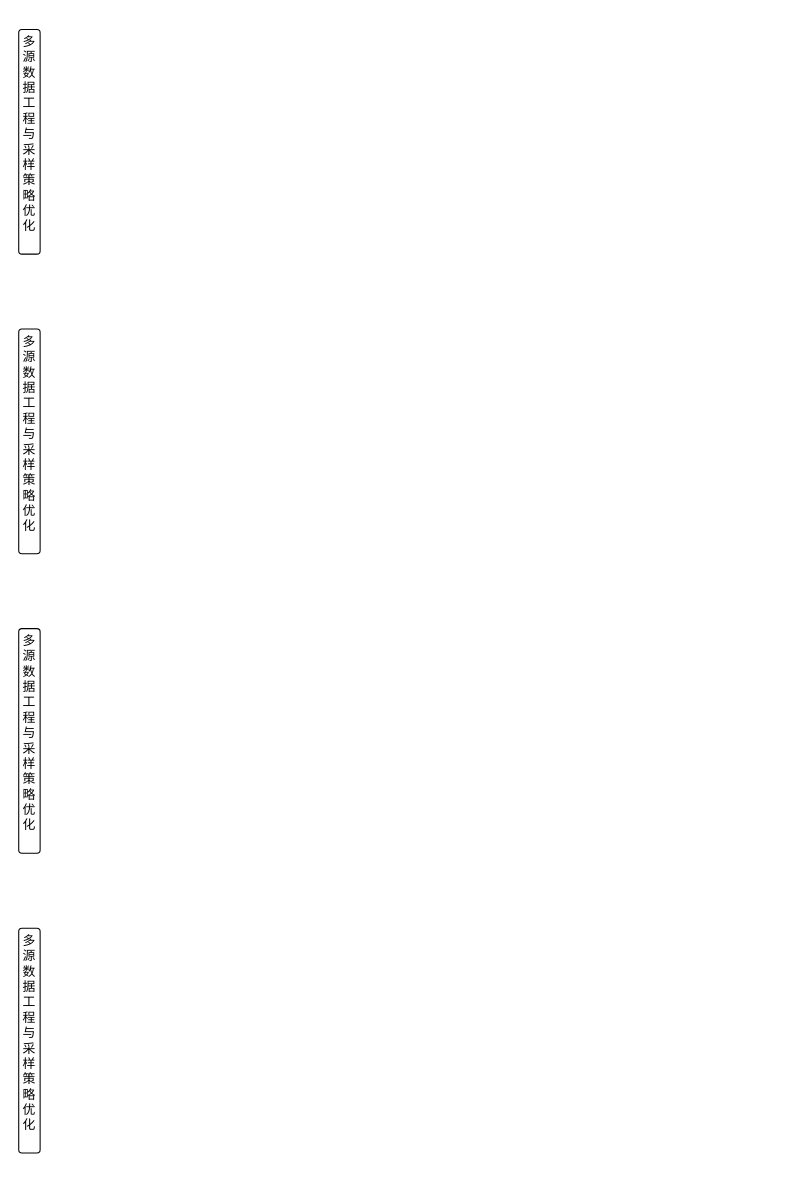
This is 技术路线.drawio from jayzky/GEE-code, a draw.io file, before an edit. Source tidied: cells renumbered, new cells numbered last; positions are measured from the earlier drawing's top-left corner, leaving out a move shared by most shapes. Both pictures are drawn from the tidied source at 107%, with x=0, y=0 at pixel (-83, 131).
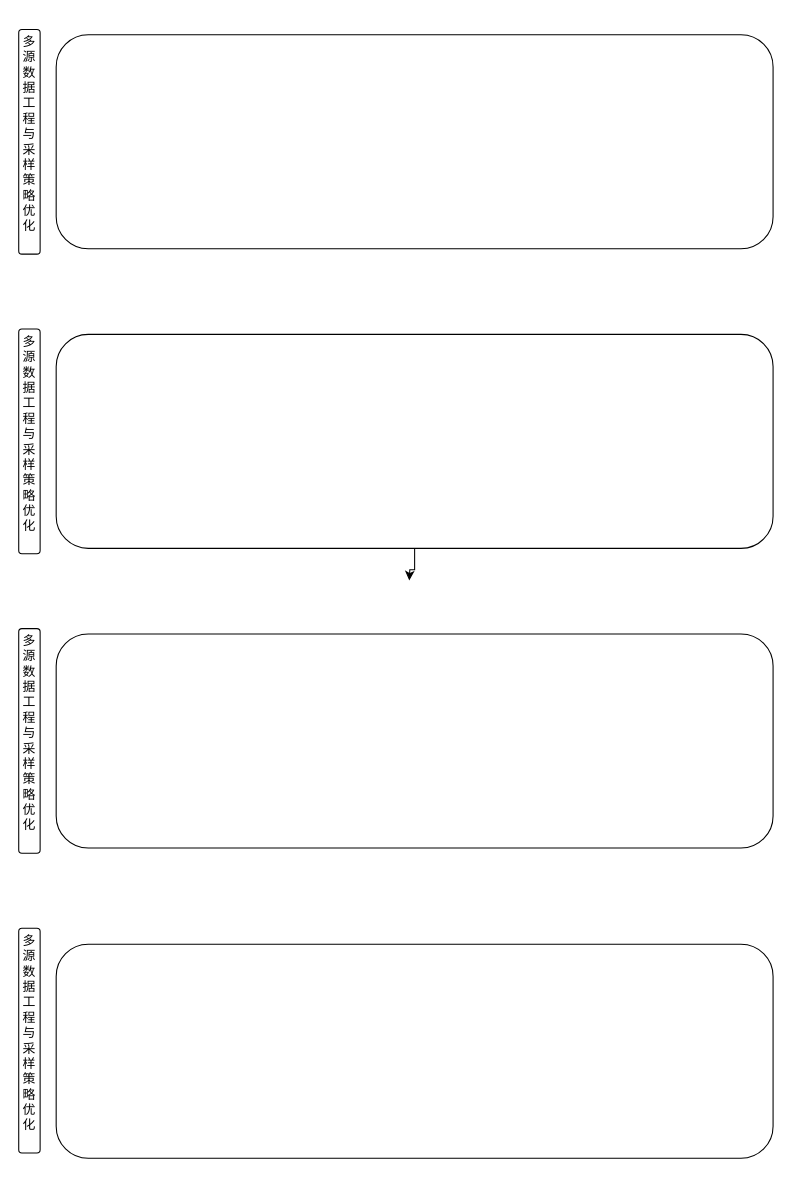
Above is the later version.

Commit message (it also covers changes not shown here):
更新技术路线.drawio

What changed in the source:
```diff
@@
 <mxGraphModel>
   <root>
     <mxCell id="0" />
     <mxCell id="1" parent="0" />
     <mxCell id="2" value="&#10;多源数据工程与采样策略优化&#10;&#10;" style="rounded=1;whiteSpace=wrap;html=1;rotation=90;horizontal=0;flipH=1;flipV=0;" parent="1" vertex="1">
       <mxGeometry width="210" height="20" as="geometry" />
     </mxCell>
     <mxCell id="3" value="&#10;多源数据工程与采样策略优化&#10;&#10;" style="rounded=1;whiteSpace=wrap;html=1;rotation=90;horizontal=0;flipH=1;flipV=0;" parent="1" vertex="1">
       <mxGeometry y="280" width="210" height="20" as="geometry" />
     </mxCell>
     <mxCell id="4" value="&#10;多源数据工程与采样策略优化&#10;&#10;" style="rounded=1;whiteSpace=wrap;html=1;rotation=90;horizontal=0;flipH=1;flipV=0;" parent="1" vertex="1">
       <mxGeometry y="840" width="210" height="20" as="geometry" />
     </mxCell>
     <mxCell id="5" value="&#10;多源数据工程与采样策略优化&#10;&#10;" style="rounded=1;whiteSpace=wrap;html=1;rotation=90;horizontal=0;flipH=1;flipV=0;" parent="1" vertex="1">
       <mxGeometry y="560" width="210" height="20" as="geometry" />
     </mxCell>
+    <mxCell id="6" style="rounded=1;whiteSpace=wrap;html=1;" parent="1" vertex="1">
+      <mxGeometry x="130" y="-90" width="670" height="200" as="geometry" />
+    </mxCell>
+    <mxCell id="7" style="edgeStyle=orthogonalEdgeStyle;rounded=0;jettySize=auto;html=1;" parent="1" edge="1" source="8">
+      <mxGeometry relative="1" as="geometry">
+        <mxPoint x="460" y="420" as="targetPoint" />
+      </mxGeometry>
+    </mxCell>
+    <mxCell id="8" style="rounded=1;whiteSpace=wrap;html=1;" parent="1" vertex="1">
+      <mxGeometry x="130" y="190" width="670" height="200" as="geometry" />
+    </mxCell>
+    <mxCell id="9" style="rounded=1;whiteSpace=wrap;html=1;" parent="1" vertex="1">
+      <mxGeometry x="130" y="470" width="670" height="200" as="geometry" />
+    </mxCell>
+    <mxCell id="10" style="rounded=1;whiteSpace=wrap;html=1;" parent="1" vertex="1">
+      <mxGeometry x="130" y="760" width="670" height="200" as="geometry" />
+    </mxCell>
   </root>
 </mxGraphModel>
```
